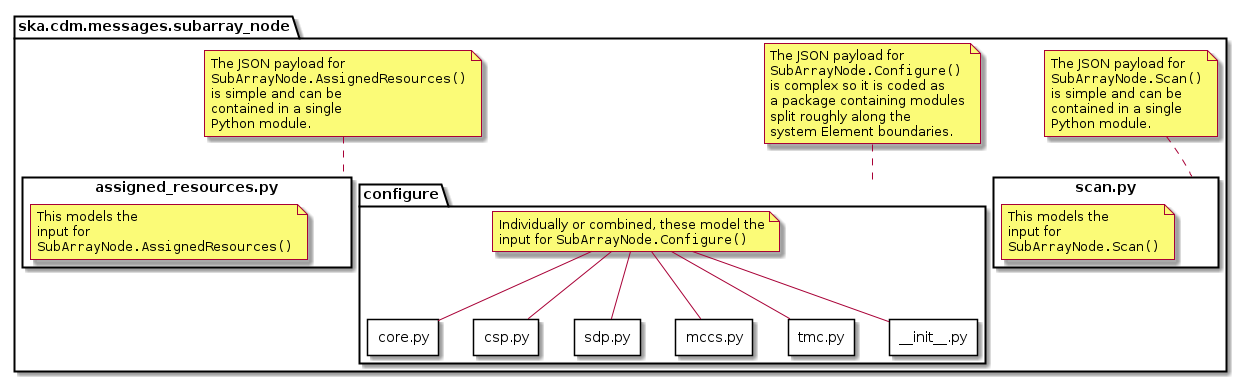
This is docs/src/developer/subarraynode/subarraynode.png from ska-telescope/cdm-shared-library, a PlantUML export, as it was before one commit.
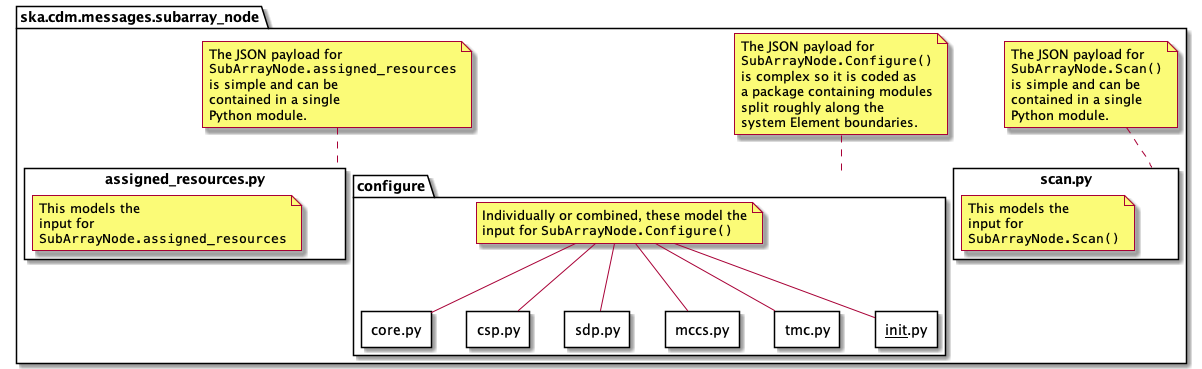
The same diagram one commit later.

Commit message:
AT2-729 correct note on SubArrayNode PlantUML diagram

The edit, as a diff of the source:
```diff
@@ -61,12 +61,12 @@
 		note as N3
 			This models the
 			input for
-			""SubArrayNode.AssignedResources()""
+			""SubArrayNode.assigned_resources""
 		end note
 	}
 	note top of assigned_resources.py
 		The JSON payload for
-		""SubArrayNode.AssignedResources()""
+		""SubArrayNode.assigned_resources""
 		is simple and can be
 		contained in a single
 		Python module.
```
